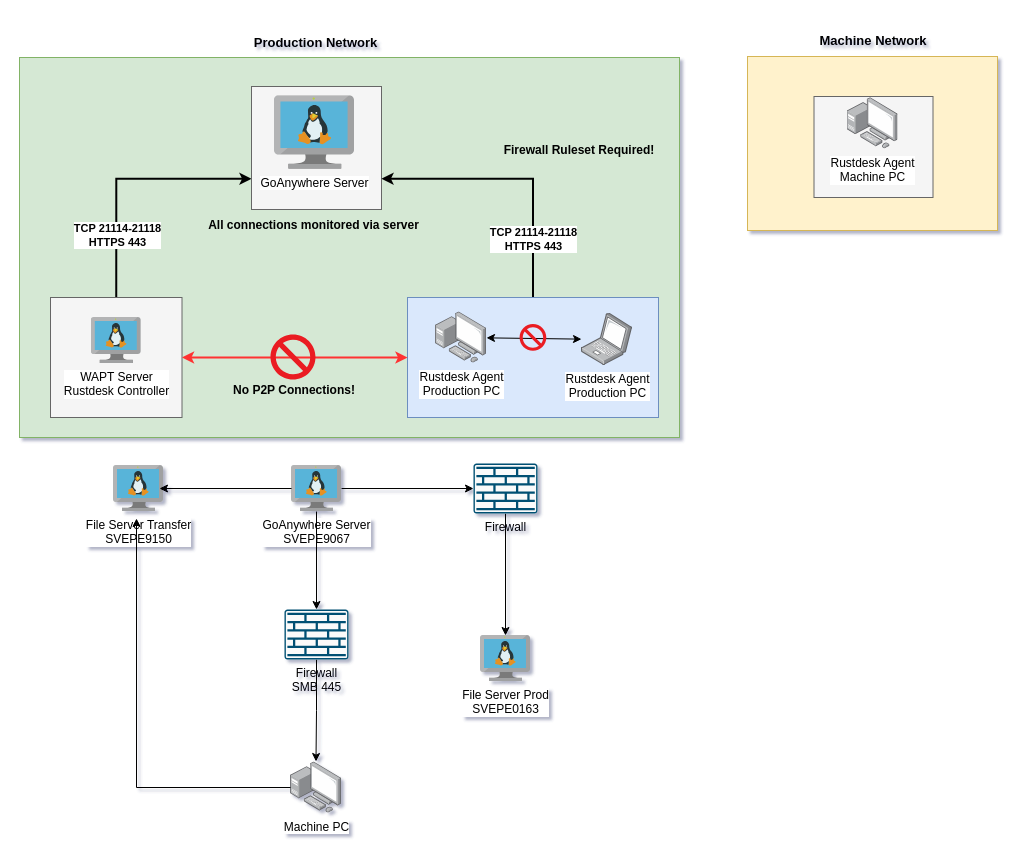
Earlier version of the draw.io diagram goanywhere.drawio (iippam/proyek-01). Source tidied: cells renumbered, new cells numbered last; positions are measured from the earlier drawing's top-left corner, leaving out a move shared by most shapes. Both pictures are drawn from the tidied source at 100%, with x=0, y=0 at pixel (19, 25).
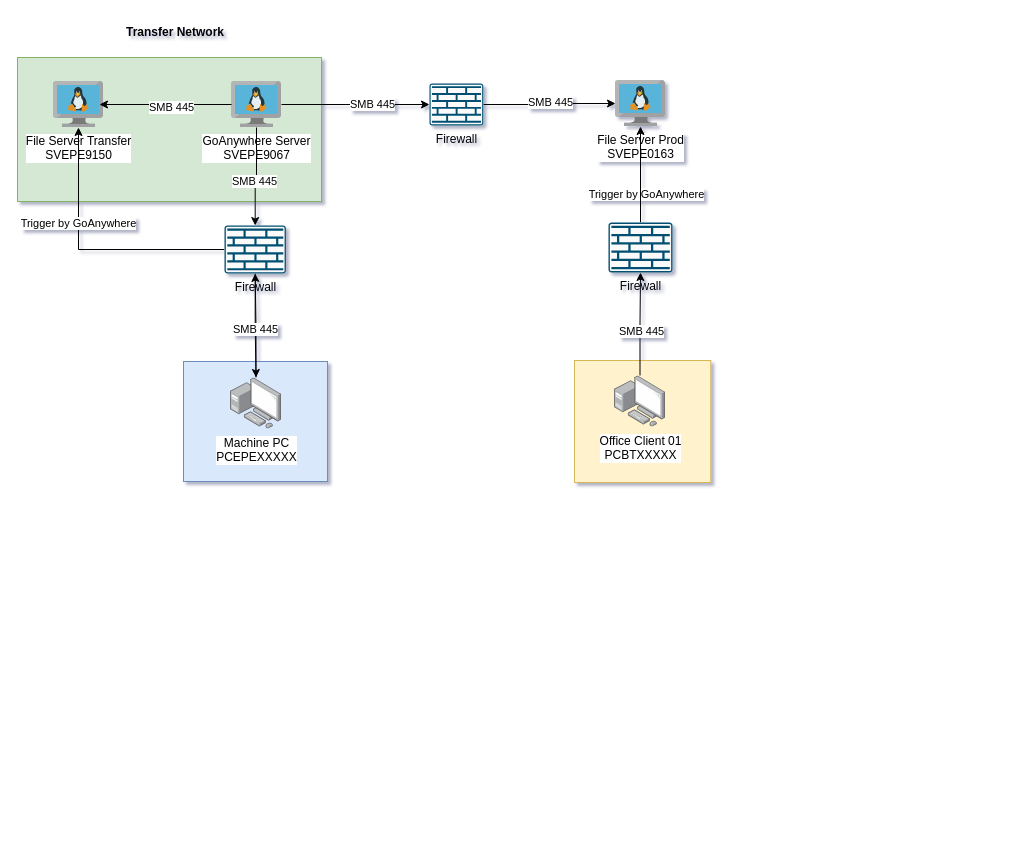
After the change.

The change refers to these unchanged cells:
```xml
<mxCell id="31" style="edgeStyle=orthogonalEdgeStyle;rounded=0;jettySize=auto;html=1;entryX=0;entryY=0.5;entryDx=0;entryDy=0;entryPerimeter=0;" parent="1" edge="1" source="26" target="30">
  <mxGeometry relative="1" as="geometry" />
</mxCell>
<mxCell id="32" style="edgeStyle=orthogonalEdgeStyle;rounded=0;jettySize=auto;html=1;entryX=0.92;entryY=0.5;entryDx=0;entryDy=0;entryPerimeter=0;" parent="1" edge="1" source="26" target="28">
  <mxGeometry relative="1" as="geometry" />
</mxCell>
<mxCell id="35" style="edgeStyle=orthogonalEdgeStyle;rounded=0;jettySize=auto;html=1;" parent="1" edge="1" source="36" target="33">
  <mxGeometry relative="1" as="geometry" />
</mxCell>
<mxCell id="37" style="edgeStyle=orthogonalEdgeStyle;rounded=0;jettySize=auto;html=1;entryX=0.5;entryY=0;entryDx=0;entryDy=0;entryPerimeter=0;" parent="1" edge="1" source="26" target="36">
  <mxGeometry relative="1" as="geometry" />
</mxCell>
```

Diff of the diagram source:
```diff
@@
-    <mxCell id="2" style="rounded=0;whiteSpace=wrap;html=1;fillColor=#d5e8d4;strokeColor=#82b366;" parent="1" vertex="1">
-      <mxGeometry y="32" width="660" height="380" as="geometry" />
-    </mxCell>
-    <mxCell id="3" style="edgeStyle=orthogonalEdgeStyle;rounded=0;jettySize=auto;html=1;exitX=0.5;exitY=0;exitDx=0;exitDy=0;entryX=0;entryY=0.75;entryDx=0;entryDy=0;strokeWidth=2;" parent="1" edge="1" source="5" target="6">
-      <mxGeometry relative="1" as="geometry" />
-    </mxCell>
-    <mxCell id="4" value="&lt;b&gt;TCP&amp;nbsp;21114-21118&lt;/b&gt;&lt;div&gt;&lt;b&gt;HTTPS 443&lt;/b&gt;&lt;/div&gt;" style="edgeLabel;html=1;align=center;verticalAlign=middle;" parent="3" vertex="1">
-      <mxGeometry x="-0.6" y="-2" relative="1" as="geometry">
-        <mxPoint x="-1" y="-12" as="offset" />
-      </mxGeometry>
-    </mxCell>
-    <mxCell id="5" style="rounded=0;whiteSpace=wrap;html=1;fillColor=#f5f5f5;strokeColor=#666666;fontColor=#333333;" parent="1" vertex="1">
-      <mxGeometry x="31" y="272" width="131.5" height="120" as="geometry" />
+    <mxCell id="5" style="rounded=0;whiteSpace=wrap;html=1;fillColor=#d5e8d4;strokeColor=#82b366;" parent="1" vertex="1">
+      <mxGeometry x="-2" y="32" width="304" height="144" as="geometry" />
     </mxCell>
-    <mxCell id="6" style="rounded=0;whiteSpace=wrap;html=1;fillColor=#f5f5f5;strokeColor=#666666;fontColor=#333333;" parent="1" vertex="1">
-      <mxGeometry x="232" y="61" width="130" height="123" as="geometry" />
-    </mxCell>
     <mxCell id="7" style="rounded=0;whiteSpace=wrap;html=1;fillColor=#fff2cc;strokeColor=#d6b656;" parent="1" vertex="1">
-      <mxGeometry x="728" y="31" width="250" height="174" as="geometry" />
+      <mxGeometry x="555" y="335" width="136.3" height="122" as="geometry" />
     </mxCell>
-    <mxCell id="8" style="edgeStyle=orthogonalEdgeStyle;rounded=0;jettySize=auto;html=1;exitX=0.5;exitY=0;exitDx=0;exitDy=0;entryX=1;entryY=0.75;entryDx=0;entryDy=0;strokeWidth=2;" parent="1" edge="1" source="10" target="6">
-      <mxGeometry relative="1" as="geometry" />
-    </mxCell>
-    <mxCell id="9" value="&lt;b&gt;TCP&amp;nbsp;21114-21118&lt;/b&gt;&lt;div&gt;&lt;b&gt;HTTPS 443&lt;/b&gt;&lt;/div&gt;" style="edgeLabel;html=1;align=center;verticalAlign=middle;" parent="8" vertex="1">
-      <mxGeometry x="-0.43" y="1" relative="1" as="geometry">
-        <mxPoint x="1" y="18" as="offset" />
-      </mxGeometry>
-    </mxCell>
     <mxCell id="10" style="rounded=0;whiteSpace=wrap;html=1;fillColor=#dae8fc;strokeColor=#6c8ebf;" parent="1" vertex="1">
-      <mxGeometry x="388" y="272" width="251" height="120" as="geometry" />
+      <mxGeometry x="164" y="336" width="144" height="120" as="geometry" />
     </mxCell>
-    <mxCell id="11" value="&lt;div&gt;Rustdesk Agent&lt;/div&gt;Production PC" style="sketch=0;shadow=0;dashed=0;html=1;strokeColor=none;fillColor=#00BEF2;labelPosition=center;verticalLabelPosition=bottom;verticalAlign=top;outlineConnect=0;align=center;shape=image;labelBackgroundColor=default;image=img/lib/allied_telesis/computer_and_terminals/Laptop.svg;points=[];" parent="1" vertex="1">
-      <mxGeometry x="562" y="288" width="51" height="52" as="geometry" />
-    </mxCell>
-    <mxCell id="12" style="rounded=0;whiteSpace=wrap;html=1;fillColor=#f5f5f5;strokeColor=#666666;fontColor=#333333;" parent="1" vertex="1">
-      <mxGeometry x="794.5" y="71" width="119" height="101" as="geometry" />
-    </mxCell>
-    <mxCell id="13" value="&lt;b&gt;Machine Network&lt;/b&gt;" style="text;html=1;align=center;verticalAlign=middle;whiteSpace=wrap;rounded=0;fontSize=13;" parent="1" vertex="1">
-      <mxGeometry x="799" width="110" height="30" as="geometry" />
-    </mxCell>
-    <mxCell id="14" value="WAPT Server&lt;div&gt;Rustdesk Controller&lt;/div&gt;" style="sketch=0;html=1;align=center;fontSize=12;image=img/lib/mscae/VM_Linux.svg;shape=image;labelBackgroundColor=default;verticalAlign=top;verticalLabelPosition=bottom;" parent="1" vertex="1">
-      <mxGeometry x="71.8" y="292" width="50" height="46" as="geometry" />
-    </mxCell>
-    <mxCell id="15" value="GoAnywhere Server" style="image;sketch=0;html=1;align=center;fontSize=12;image=img/lib/mscae/VM_Linux.svg;" parent="1" vertex="1">
-      <mxGeometry x="255" y="70.2" width="80" height="73.6" as="geometry" />
-    </mxCell>
-    <mxCell id="16" value="&lt;div&gt;&lt;b&gt;No P2P Connections!&lt;/b&gt;&lt;/div&gt;" style="text;html=1;align=center;verticalAlign=middle;whiteSpace=wrap;rounded=0;" parent="1" vertex="1">
-      <mxGeometry x="185" y="350" width="180" height="30" as="geometry" />
+    <mxCell id="16" value="&lt;div&gt;&lt;b&gt;Transfer Network&lt;/b&gt;&lt;/div&gt;" style="text;html=1;align=center;verticalAlign=middle;whiteSpace=wrap;rounded=0;" parent="1" vertex="1">
+      <mxGeometry x="66" y="-8" width="180" height="30" as="geometry" />
     </mxCell>
-    <mxCell id="17" value="&lt;div&gt;Rustdesk Agent&lt;/div&gt;Machine PC" style="sketch=0;shadow=0;dashed=0;html=1;strokeColor=none;fillColor=#00BEF2;labelPosition=center;verticalLabelPosition=bottom;verticalAlign=top;align=center;shape=image;labelBackgroundColor=default;image=img/lib/allied_telesis/computer_and_terminals/Personal_Computer_with_Server.svg;" parent="1" vertex="1">
-      <mxGeometry x="827.5" y="71.8" width="51" height="52" as="geometry" />
-    </mxCell>
+    <mxCell id="38" style="edgeStyle=orthogonalEdgeStyle;rounded=0;jettySize=auto;html=1;" parent="1" edge="1" source="18" target="50">
+      <mxGeometry relative="1" as="geometry" />
+    </mxCell>
+    <mxCell id="39" value="SMB 445" style="edgeLabel;html=1;align=center;verticalAlign=middle;" parent="38" vertex="1">
+      <mxGeometry x="-0.03" relative="1" as="geometry">
+        <mxPoint x="1" y="5" as="offset" />
+      </mxGeometry>
+    </mxCell>
-    <mxCell id="18" value="&lt;div&gt;Rustdesk Agent&lt;/div&gt;Production PC" style="sketch=0;shadow=0;dashed=0;html=1;strokeColor=none;fillColor=#00BEF2;labelPosition=center;verticalLabelPosition=bottom;verticalAlign=top;outlineConnect=0;align=center;shape=image;labelBackgroundColor=default;points=[];image=img/lib/allied_telesis/computer_and_terminals/Personal_Computer_with_Server.svg;" parent="1" vertex="1">
-      <mxGeometry x="416" y="286" width="51" height="52" as="geometry" />
+    <mxCell id="18" value="&lt;div&gt;Office Client 01&lt;br&gt;PCBTXXXXX&lt;/div&gt;" style="sketch=0;shadow=0;dashed=0;html=1;strokeColor=none;fillColor=#00BEF2;labelPosition=center;verticalLabelPosition=bottom;verticalAlign=top;outlineConnect=0;align=center;shape=image;labelBackgroundColor=default;points=[];image=img/lib/allied_telesis/computer_and_terminals/Personal_Computer_with_Server.svg;" parent="1" vertex="1">
+      <mxGeometry x="595" y="350" width="51" height="52" as="geometry" />
     </mxCell>
-    <mxCell id="19" style="endArrow=classic;startArrow=classic;html=1;rounded=0;entryX=0;entryY=0.5;entryDx=0;entryDy=0;exitX=1;exitY=0.5;exitDx=0;exitDy=0;strokeColor=#FF3333;targetPerimeterSpacing=5;sourcePerimeterSpacing=7;strokeWidth=2;" parent="1" edge="1" source="5" target="10">
-      <mxGeometry relative="1" as="geometry" />
-    </mxCell>
-    <mxCell id="20" style="sketch=0;shadow=0;dashed=0;html=1;strokeColor=none;labelPosition=center;verticalLabelPosition=bottom;verticalAlign=top;align=center;shape=mxgraph.mscae.enterprise.not_allowed;fillColor=#EA1C24;" parent="1" vertex="1">
-      <mxGeometry x="251" y="309" width="45" height="45" as="geometry" />
-    </mxCell>
-    <mxCell id="21" value="&lt;b&gt;Production Network&lt;/b&gt;" style="text;html=1;align=center;verticalAlign=middle;whiteSpace=wrap;rounded=0;fontSize=13;" parent="1" vertex="1">
-      <mxGeometry x="224.8" y="2" width="142.5" height="30" as="geometry" />
-    </mxCell>
-    <mxCell id="22" value="&lt;b&gt;All connections monitored via server&lt;/b&gt;" style="text;html=1;align=center;verticalAlign=middle;whiteSpace=wrap;rounded=0;" parent="1" vertex="1">
-      <mxGeometry x="186.5" y="185" width="215" height="30" as="geometry" />
-    </mxCell>
-    <mxCell id="23" style="endArrow=classic;startArrow=classic;html=1;rounded=0;" parent="1" edge="1" source="18" target="11">
-      <mxGeometry relative="1" as="geometry" />
-    </mxCell>
-    <mxCell id="24" style="sketch=0;shadow=0;dashed=0;html=1;strokeColor=none;labelPosition=center;verticalLabelPosition=bottom;verticalAlign=top;align=center;shape=mxgraph.mscae.enterprise.not_allowed;fillColor=#EA1C24;" parent="1" vertex="1">
-      <mxGeometry x="500.1" y="298.6" width="26.7" height="26.7" as="geometry" />
-    </mxCell>
-    <mxCell id="25" value="&lt;div&gt;&lt;b&gt;Firewall Ruleset Required!&lt;/b&gt;&lt;/div&gt;" style="text;html=1;align=center;verticalAlign=middle;whiteSpace=wrap;rounded=0;" parent="1" vertex="1">
-      <mxGeometry x="470" y="110" width="180" height="30" as="geometry" />
-    </mxCell>
     <mxCell id="26" value="GoAnywhere Server&lt;br&gt;SVEPE9067" style="image;sketch=0;html=1;points=[];align=center;fontSize=12;image=img/lib/mscae/VM_Linux.svg;" parent="1" vertex="1">
-      <mxGeometry x="272" y="440" width="50" height="46" as="geometry" />
+      <mxGeometry x="212" y="56" width="50" height="46" as="geometry" />
     </mxCell>
     <mxCell id="27" value="File Server Prod&lt;br&gt;SVEPE0163" style="image;sketch=0;html=1;points=[];align=center;fontSize=12;image=img/lib/mscae/VM_Linux.svg;" parent="1" vertex="1">
-      <mxGeometry x="461" y="610" width="50" height="46" as="geometry" />
+      <mxGeometry x="596" y="55" width="50" height="46" as="geometry" />
     </mxCell>
     <mxCell id="28" value="File Server Transfer&lt;br&gt;SVEPE9150" style="image;sketch=0;html=1;points=[];align=center;fontSize=12;image=img/lib/mscae/VM_Linux.svg;" parent="1" vertex="1">
-      <mxGeometry x="94" y="440" width="50" height="46" as="geometry" />
+      <mxGeometry x="34" y="56" width="50" height="46" as="geometry" />
     </mxCell>
-    <mxCell id="29" style="edgeStyle=orthogonalEdgeStyle;rounded=0;jettySize=auto;html=1;exitX=0.5;exitY=1;exitDx=0;exitDy=0;exitPerimeter=0;" parent="1" edge="1" source="30" target="27">
+    <mxCell id="29" style="edgeStyle=orthogonalEdgeStyle;rounded=0;jettySize=auto;html=1;exitX=1;exitY=0.5;exitDx=0;exitDy=0;exitPerimeter=0;" parent="1" edge="1" source="30" target="27">
       <mxGeometry relative="1" as="geometry" />
     </mxCell>
+    <mxCell id="40" value="SMB 445" style="edgeLabel;html=1;align=center;verticalAlign=middle;" parent="29" vertex="1">
+      <mxGeometry x="0.02" y="-1" relative="1" as="geometry">
+        <mxPoint y="-3" as="offset" />
+      </mxGeometry>
+    </mxCell>
     <mxCell id="30" value="Firewall" style="sketch=0;points=[[0.015,0.015,0],[0.985,0.015,0],[0.985,0.985,0],[0.015,0.985,0],[0.25,0,0],[0.5,0,0],[0.75,0,0],[1,0.25,0],[1,0.5,0],[1,0.75,0],[0.75,1,0],[0.5,1,0],[0.25,1,0],[0,0.75,0],[0,0.5,0],[0,0.25,0]];verticalLabelPosition=bottom;html=1;verticalAlign=top;align=center;shape=mxgraph.cisco19.rect;prIcon=firewall;fillColor=#FAFAFA;strokeColor=#005073;" parent="1" vertex="1">
-      <mxGeometry x="454" y="438" width="64" height="50" as="geometry" />
+      <mxGeometry x="410" y="58" width="53.8" height="42" as="geometry" />
     </mxCell>
@@
+    <mxCell id="41" value="SMB 445" style="edgeLabel;html=1;align=center;verticalAlign=middle;" parent="31" vertex="1">
+      <mxGeometry x="-0.11" y="1" relative="1" as="geometry">
+        <mxPoint x="24" as="offset" />
+      </mxGeometry>
+    </mxCell>
@@
+    <mxCell id="42" value="SMB 445" style="edgeLabel;html=1;align=center;verticalAlign=middle;" parent="32" vertex="1">
+      <mxGeometry x="-0.08" y="2" relative="1" as="geometry" />
+    </mxCell>
+    <mxCell id="43" style="edgeStyle=orthogonalEdgeStyle;rounded=0;jettySize=auto;html=1;" parent="1" edge="1" source="33" target="36">
+      <mxGeometry relative="1" as="geometry" />
+    </mxCell>
-    <mxCell id="33" value="&lt;div&gt;Machine PC&lt;/div&gt;" style="sketch=0;shadow=0;dashed=0;html=1;strokeColor=none;fillColor=#00BEF2;labelPosition=center;verticalLabelPosition=bottom;verticalAlign=top;outlineConnect=0;align=center;shape=image;labelBackgroundColor=default;points=[];image=img/lib/allied_telesis/computer_and_terminals/Personal_Computer_with_Server.svg;" parent="1" vertex="1">
-      <mxGeometry x="271" y="736" width="51" height="52" as="geometry" />
+    <mxCell id="33" value="&lt;div&gt;Machine PC&lt;br&gt;PCEPEXXXXX&lt;/div&gt;" style="sketch=0;shadow=0;dashed=0;html=1;strokeColor=none;fillColor=#00BEF2;labelPosition=center;verticalLabelPosition=bottom;verticalAlign=top;outlineConnect=0;align=center;shape=image;labelBackgroundColor=default;points=[];image=img/lib/allied_telesis/computer_and_terminals/Personal_Computer_with_Server.svg;" parent="1" vertex="1">
+      <mxGeometry x="211" y="352" width="51" height="52" as="geometry" />
     </mxCell>
-    <mxCell id="34" style="edgeStyle=orthogonalEdgeStyle;rounded=0;jettySize=auto;html=1;entryX=0.46;entryY=1.152;entryDx=0;entryDy=0;entryPerimeter=0;" parent="1" edge="1" source="33" target="28">
-      <mxGeometry relative="1" as="geometry" />
-    </mxCell>
@@
+    <mxCell id="44" value="SMB 445" style="edgeLabel;html=1;align=center;verticalAlign=middle;" parent="35" vertex="1">
+      <mxGeometry x="0.12" y="3" relative="1" as="geometry">
+        <mxPoint x="-4" y="-3" as="offset" />
+      </mxGeometry>
+    </mxCell>
+    <mxCell id="45" style="edgeStyle=orthogonalEdgeStyle;rounded=0;jettySize=auto;html=1;" parent="1" edge="1" source="36" target="28">
+      <mxGeometry relative="1" as="geometry" />
+    </mxCell>
+    <mxCell id="46" value="Trigger by GoAnywhere" style="edgeLabel;html=1;align=center;verticalAlign=middle;" parent="45" vertex="1">
+      <mxGeometry x="0.29" y="1" relative="1" as="geometry" />
+    </mxCell>
+    <mxCell id="47" value="Trigger by GoAnywhere" style="edgeLabel;html=1;align=center;verticalAlign=middle;" parent="45" vertex="1">
+      <mxGeometry x="0.29" y="1" relative="1" as="geometry">
+        <mxPoint x="568" y="-29" as="offset" />
+      </mxGeometry>
+    </mxCell>
-    <mxCell id="36" value="Firewall&lt;br&gt;SMB 445" style="sketch=0;points=[[0.015,0.015,0],[0.985,0.015,0],[0.985,0.985,0],[0.015,0.985,0],[0.25,0,0],[0.5,0,0],[0.75,0,0],[1,0.25,0],[1,0.5,0],[1,0.75,0],[0.75,1,0],[0.5,1,0],[0.25,1,0],[0,0.75,0],[0,0.5,0],[0,0.25,0]];verticalLabelPosition=bottom;html=1;verticalAlign=top;align=center;shape=mxgraph.cisco19.rect;prIcon=firewall;fillColor=#FAFAFA;strokeColor=#005073;" parent="1" vertex="1">
-      <mxGeometry x="265" y="584" width="64" height="50" as="geometry" />
+    <mxCell id="36" value="Firewall&lt;div&gt;&lt;br/&gt;&lt;/div&gt;" style="sketch=0;points=[[0.015,0.015,0],[0.985,0.015,0],[0.985,0.985,0],[0.015,0.985,0],[0.25,0,0],[0.5,0,0],[0.75,0,0],[1,0.25,0],[1,0.5,0],[1,0.75,0],[0.75,1,0],[0.5,1,0],[0.25,1,0],[0,0.75,0],[0,0.5,0],[0,0.25,0]];verticalLabelPosition=bottom;html=1;verticalAlign=top;align=center;shape=mxgraph.cisco19.rect;prIcon=firewall;fillColor=#FAFAFA;strokeColor=#005073;" parent="1" vertex="1">
+      <mxGeometry x="205" y="200" width="61.4" height="48" as="geometry" />
     </mxCell>
@@
+    <mxCell id="48" value="SMB 445" style="edgeLabel;html=1;align=center;verticalAlign=middle;" parent="37" vertex="1">
+      <mxGeometry x="0.1" y="-1" relative="1" as="geometry" />
+    </mxCell>
+    <mxCell id="49" style="edgeStyle=orthogonalEdgeStyle;rounded=0;jettySize=auto;html=1;" parent="1" edge="1" source="50" target="27">
+      <mxGeometry relative="1" as="geometry" />
+    </mxCell>
+    <mxCell id="50" value="Firewall" style="sketch=0;points=[[0.015,0.015,0],[0.985,0.015,0],[0.985,0.985,0],[0.015,0.985,0],[0.25,0,0],[0.5,0,0],[0.75,0,0],[1,0.25,0],[1,0.5,0],[1,0.75,0],[0.75,1,0],[0.5,1,0],[0.25,1,0],[0,0.75,0],[0,0.5,0],[0,0.25,0]];verticalLabelPosition=bottom;html=1;verticalAlign=top;align=center;shape=mxgraph.cisco19.rect;prIcon=firewall;fillColor=#FAFAFA;strokeColor=#005073;" parent="1" vertex="1">
+      <mxGeometry x="589" y="197" width="64" height="50" as="geometry" />
+    </mxCell>
```
